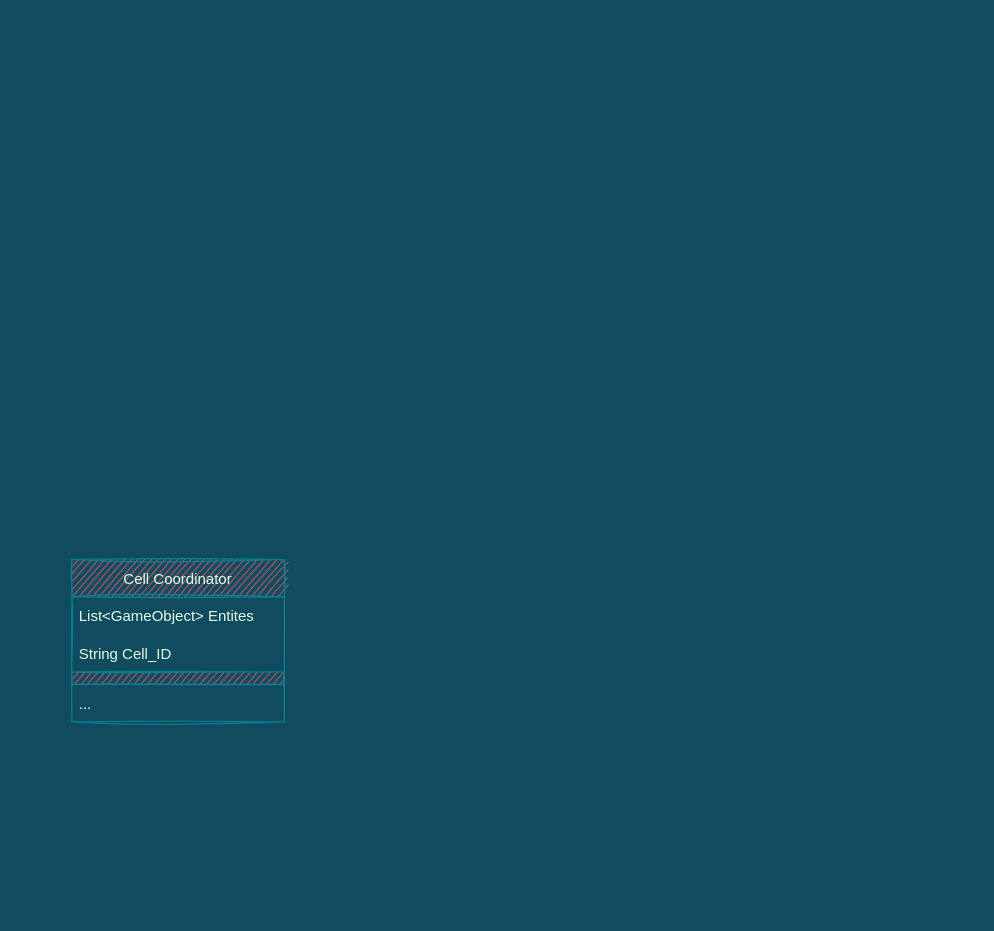
ArcturusForge/Cell-Loader keeps this draw.io diagram as page "Game Data" (1 of 2) of Assets/Plugins/CellLoader/ResourceFiles/CellLoaderDiagram.drawio. Above is the earlier version. Source tidied: cells renumbered, new cells numbered last; positions are measured from the earlier drawing's top-left corner, leaving out a move shared by most shapes. Both pictures are drawn from the tidied source at 125%, with x=0, y=0 at pixel (71, 559).
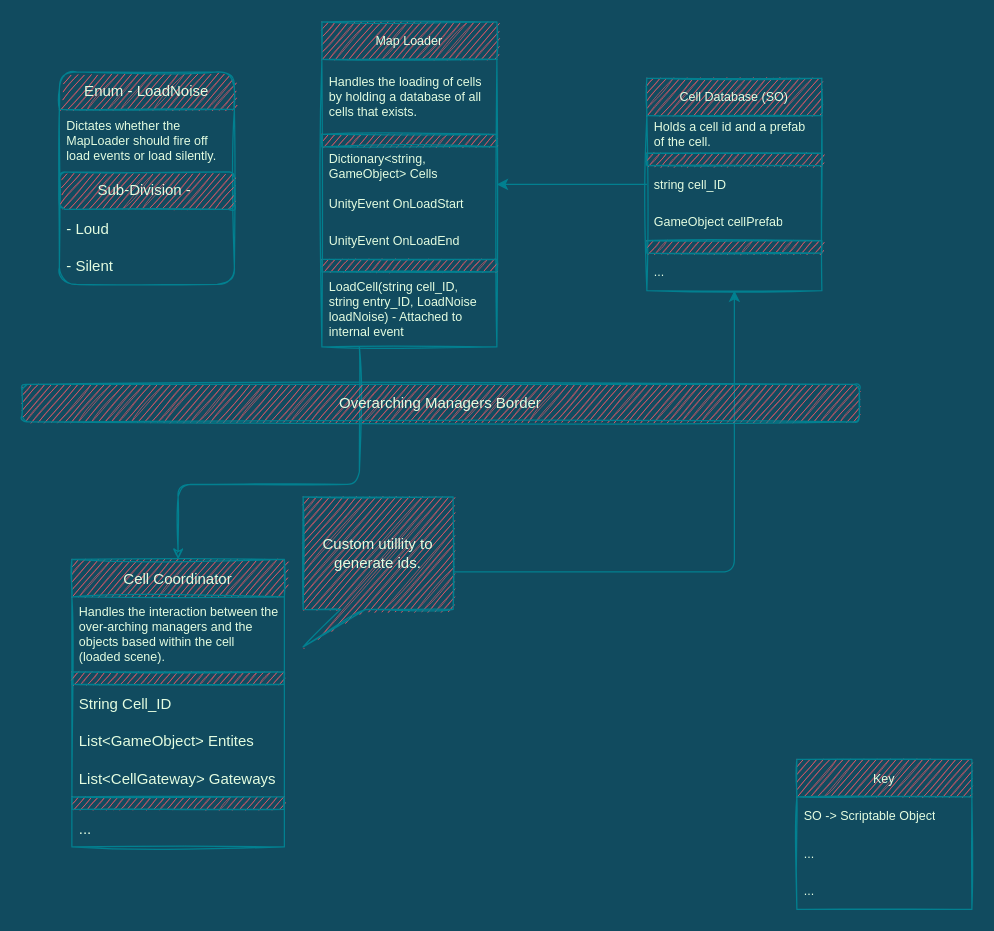
The same diagram, later.

The edit, as a diff of the source:
```diff
@@
     <mxCell id="2" value="Cell Coordinator" style="swimlane;fontStyle=0;horizontal=1;startSize=30;sketch=1;fontColor=#E4FDE1;strokeColor=#028090;fillColor=#F45B69;rounded=0;" parent="1" vertex="1">
-      <mxGeometry width="170" height="130" as="geometry" />
+      <mxGeometry width="170" height="230" as="geometry" />
     </mxCell>
+    <mxCell id="7" value="Handles the interaction between the over-arching managers and the objects based within the cell (loaded scene)." style="text;strokeColor=none;fillColor=none;align=left;verticalAlign=middle;spacingLeft=4;spacingRight=4;overflow=hidden;sketch=1;fontColor=#E4FDE1;rounded=0;fontSize=10;whiteSpace=wrap;" parent="2" vertex="1">
+      <mxGeometry y="30" width="170" height="60" as="geometry" />
+    </mxCell>
+    <mxCell id="8" style="rounded=0;whiteSpace=wrap;html=1;sketch=1;fontColor=#E4FDE1;strokeColor=#028090;fillColor=#F45B69;" parent="2" vertex="1">
+      <mxGeometry y="90" width="170" height="10" as="geometry" />
+    </mxCell>
+    <mxCell id="4" value="String Cell_ID" style="text;strokeColor=none;fillColor=none;align=left;verticalAlign=middle;spacingLeft=4;spacingRight=4;overflow=hidden;sketch=1;fontColor=#E4FDE1;rounded=0;" parent="2" vertex="1">
+      <mxGeometry y="100" width="170" height="30" as="geometry" />
+    </mxCell>
     <mxCell id="3" value="List&lt;GameObject&gt; Entites" style="text;strokeColor=none;fillColor=none;align=left;verticalAlign=middle;spacingLeft=4;spacingRight=4;overflow=hidden;sketch=1;fontColor=#E4FDE1;rounded=0;" parent="2" vertex="1">
-      <mxGeometry y="30" width="170" height="30" as="geometry" />
+      <mxGeometry y="130" width="170" height="30" as="geometry" />
     </mxCell>
-    <mxCell id="4" value="String Cell_ID" style="text;strokeColor=none;fillColor=none;align=left;verticalAlign=middle;spacingLeft=4;spacingRight=4;overflow=hidden;sketch=1;fontColor=#E4FDE1;rounded=0;" parent="2" vertex="1">
-      <mxGeometry y="60" width="170" height="30" as="geometry" />
-    </mxCell>
+    <mxCell id="9" value="List&lt;CellGateway&gt; Gateways" style="text;strokeColor=none;fillColor=none;align=left;verticalAlign=middle;spacingLeft=4;spacingRight=4;overflow=hidden;sketch=1;fontColor=#E4FDE1;rounded=0;" parent="2" vertex="1">
+      <mxGeometry y="160" width="170" height="30" as="geometry" />
+    </mxCell>
     <mxCell id="5" style="rounded=0;whiteSpace=wrap;html=1;sketch=1;fontColor=#E4FDE1;strokeColor=#028090;fillColor=#F45B69;" parent="2" vertex="1">
-      <mxGeometry y="90" width="170" height="10" as="geometry" />
+      <mxGeometry y="190" width="170" height="10" as="geometry" />
     </mxCell>
     <mxCell id="6" value="..." style="text;strokeColor=none;fillColor=none;align=left;verticalAlign=middle;spacingLeft=4;spacingRight=4;overflow=hidden;sketch=1;fontColor=#E4FDE1;rounded=0;" parent="2" vertex="1">
-      <mxGeometry y="100" width="170" height="30" as="geometry" />
+      <mxGeometry y="200" width="170" height="30" as="geometry" />
     </mxCell>
+    <mxCell id="10" style="edgeStyle=orthogonalEdgeStyle;curved=0;rounded=1;sketch=1;jettySize=auto;html=1;fontColor=#E4FDE1;strokeColor=#028090;fillColor=#F45B69;" parent="1" edge="1" source="11" target="2">
+      <mxGeometry relative="1" as="geometry">
+        <Array as="points">
+          <mxPoint x="230" y="-60" />
+          <mxPoint x="85" y="-60" />
+        </Array>
+      </mxGeometry>
+    </mxCell>
+    <mxCell id="11" value="Map Loader" style="swimlane;fontStyle=0;horizontal=1;startSize=30;sketch=1;fontColor=#E4FDE1;strokeColor=#028090;fillColor=#F45B69;rounded=0;fontSize=10;" parent="1" vertex="1">
+      <mxGeometry x="200" y="-430" width="140" height="260" as="geometry" />
+    </mxCell>
+    <mxCell id="12" value="Handles the loading of cells by holding a database of all cells that exists." style="text;strokeColor=none;fillColor=none;align=left;verticalAlign=middle;spacingLeft=4;spacingRight=4;overflow=hidden;sketch=1;fontColor=#E4FDE1;rounded=0;fontSize=10;whiteSpace=wrap;" parent="11" vertex="1">
+      <mxGeometry y="30" width="140" height="60" as="geometry" />
+    </mxCell>
+    <mxCell id="13" style="rounded=0;whiteSpace=wrap;html=1;sketch=1;fontColor=#E4FDE1;strokeColor=#028090;fillColor=#F45B69;fontSize=10;" parent="11" vertex="1">
+      <mxGeometry y="90" width="140" height="10" as="geometry" />
+    </mxCell>
+    <mxCell id="14" value="Dictionary&lt;string, GameObject&gt; Cells" style="text;strokeColor=none;fillColor=none;align=left;verticalAlign=middle;spacingLeft=4;spacingRight=4;overflow=hidden;sketch=1;fontColor=#E4FDE1;rounded=0;fontSize=10;whiteSpace=wrap;" parent="11" vertex="1">
+      <mxGeometry y="100" width="140" height="30" as="geometry" />
+    </mxCell>
+    <mxCell id="15" value="UnityEvent OnLoadStart" style="text;strokeColor=none;fillColor=none;align=left;verticalAlign=middle;spacingLeft=4;spacingRight=4;overflow=hidden;sketch=1;fontColor=#E4FDE1;rounded=0;fontSize=10;whiteSpace=wrap;" parent="11" vertex="1">
+      <mxGeometry y="130" width="140" height="30" as="geometry" />
+    </mxCell>
+    <mxCell id="16" value="UnityEvent OnLoadEnd" style="text;strokeColor=none;fillColor=none;align=left;verticalAlign=middle;spacingLeft=4;spacingRight=4;overflow=hidden;sketch=1;fontColor=#E4FDE1;rounded=0;fontSize=10;whiteSpace=wrap;" parent="11" vertex="1">
+      <mxGeometry y="160" width="140" height="30" as="geometry" />
+    </mxCell>
+    <mxCell id="17" style="rounded=0;whiteSpace=wrap;html=1;sketch=1;fontColor=#E4FDE1;strokeColor=#028090;fillColor=#F45B69;fontSize=10;" parent="11" vertex="1">
+      <mxGeometry y="190" width="140" height="10" as="geometry" />
+    </mxCell>
+    <mxCell id="18" value="LoadCell(string cell_ID, string entry_ID, LoadNoise loadNoise) - Attached to internal event" style="text;strokeColor=none;fillColor=none;align=left;verticalAlign=middle;spacingLeft=4;spacingRight=4;overflow=hidden;sketch=1;fontColor=#E4FDE1;rounded=0;fontSize=10;whiteSpace=wrap;" parent="11" vertex="1">
+      <mxGeometry y="200" width="140" height="60" as="geometry" />
+    </mxCell>
+    <mxCell id="19" value="Enum - LoadNoise" style="swimlane;fontStyle=0;horizontal=1;startSize=30;rounded=1;sketch=1;fontSize=12;fontColor=#E4FDE1;strokeColor=#028090;fillColor=#F45B69;" parent="1" vertex="1">
+      <mxGeometry x="-10" y="-390" width="140" height="170" as="geometry" />
+    </mxCell>
+    <mxCell id="20" value="Dictates whether the MapLoader should fire off load events or load silently." style="text;strokeColor=none;fillColor=none;align=left;verticalAlign=middle;spacingLeft=4;spacingRight=4;overflow=hidden;rounded=1;sketch=1;fontSize=10;fontColor=#E4FDE1;whiteSpace=wrap;" parent="19" vertex="1">
+      <mxGeometry y="30" width="140" height="50" as="geometry" />
+    </mxCell>
+    <mxCell id="21" value="Sub-Division -&amp;nbsp;" style="whiteSpace=wrap;html=1;rounded=1;sketch=1;fontSize=12;fontColor=#E4FDE1;strokeColor=#028090;fillColor=#F45B69;" parent="19" vertex="1">
+      <mxGeometry y="80" width="140" height="30" as="geometry" />
+    </mxCell>
+    <mxCell id="22" value="- Loud" style="text;strokeColor=none;fillColor=none;align=left;verticalAlign=middle;spacingLeft=4;spacingRight=4;overflow=hidden;rounded=1;sketch=1;fontSize=12;fontColor=#E4FDE1;" parent="19" vertex="1">
+      <mxGeometry y="110" width="140" height="30" as="geometry" />
+    </mxCell>
+    <mxCell id="23" value="- Silent" style="text;strokeColor=none;fillColor=none;align=left;verticalAlign=middle;spacingLeft=4;spacingRight=4;overflow=hidden;rounded=1;sketch=1;fontSize=12;fontColor=#E4FDE1;" parent="19" vertex="1">
+      <mxGeometry y="140" width="140" height="30" as="geometry" />
+    </mxCell>
+    <mxCell id="24" style="edgeStyle=orthogonalEdgeStyle;curved=0;rounded=1;sketch=0;jettySize=auto;html=1;fontColor=#E4FDE1;strokeColor=#028090;fillColor=#F45B69;" parent="1" edge="1" source="25" target="11">
+      <mxGeometry relative="1" as="geometry" />
+    </mxCell>
+    <mxCell id="25" value="Cell Database (SO)" style="swimlane;fontStyle=0;horizontal=1;startSize=30;sketch=1;fontColor=#E4FDE1;strokeColor=#028090;fillColor=#F45B69;rounded=0;fontSize=10;" parent="1" vertex="1">
+      <mxGeometry x="460" y="-385" width="140" height="170" as="geometry" />
+    </mxCell>
+    <mxCell id="26" value="Holds a cell id and a prefab of the cell." style="text;strokeColor=none;fillColor=none;align=left;verticalAlign=middle;spacingLeft=4;spacingRight=4;overflow=hidden;sketch=1;fontColor=#E4FDE1;rounded=0;fontSize=10;whiteSpace=wrap;" parent="25" vertex="1">
+      <mxGeometry y="30" width="140" height="30" as="geometry" />
+    </mxCell>
+    <mxCell id="27" style="rounded=0;whiteSpace=wrap;html=1;sketch=1;fontColor=#E4FDE1;strokeColor=#028090;fillColor=#F45B69;fontSize=10;" parent="25" vertex="1">
+      <mxGeometry y="60" width="140" height="10" as="geometry" />
+    </mxCell>
+    <mxCell id="28" value="string cell_ID" style="text;strokeColor=none;fillColor=none;align=left;verticalAlign=middle;spacingLeft=4;spacingRight=4;overflow=hidden;sketch=1;fontColor=#E4FDE1;rounded=0;fontSize=10;whiteSpace=wrap;" parent="25" vertex="1">
+      <mxGeometry y="70" width="140" height="30" as="geometry" />
+    </mxCell>
+    <mxCell id="29" value="GameObject cellPrefab" style="text;strokeColor=none;fillColor=none;align=left;verticalAlign=middle;spacingLeft=4;spacingRight=4;overflow=hidden;sketch=1;fontColor=#E4FDE1;rounded=0;fontSize=10;whiteSpace=wrap;" parent="25" vertex="1">
+      <mxGeometry y="100" width="140" height="30" as="geometry" />
+    </mxCell>
+    <mxCell id="30" style="rounded=0;whiteSpace=wrap;html=1;sketch=1;fontColor=#E4FDE1;strokeColor=#028090;fillColor=#F45B69;fontSize=10;" parent="25" vertex="1">
+      <mxGeometry y="130" width="140" height="10" as="geometry" />
+    </mxCell>
+    <mxCell id="31" value="..." style="text;strokeColor=none;fillColor=none;align=left;verticalAlign=middle;spacingLeft=4;spacingRight=4;overflow=hidden;sketch=1;fontColor=#E4FDE1;rounded=0;fontSize=10;whiteSpace=wrap;" parent="25" vertex="1">
+      <mxGeometry y="140" width="140" height="30" as="geometry" />
+    </mxCell>
+    <mxCell id="32" style="edgeStyle=orthogonalEdgeStyle;curved=0;rounded=1;sketch=0;jettySize=auto;html=1;fontColor=#E4FDE1;strokeColor=#028090;fillColor=#F45B69;" parent="1" edge="1" source="33" target="25">
+      <mxGeometry relative="1" as="geometry" />
+    </mxCell>
+    <mxCell id="33" value="Custom utillity to generate ids." style="shape=callout;whiteSpace=wrap;html=1;perimeter=calloutPerimeter;rounded=0;sketch=1;fontColor=#E4FDE1;strokeColor=#028090;fillColor=#F45B69;position2=0;size=30;position=0.25;" parent="1" vertex="1">
+      <mxGeometry x="185" y="-50" width="120" height="120" as="geometry" />
+    </mxCell>
+    <mxCell id="34" value="Overarching Managers Border" style="rounded=1;whiteSpace=wrap;html=1;sketch=1;fontColor=#E4FDE1;strokeColor=#028090;fillColor=#F45B69;" parent="1" vertex="1">
+      <mxGeometry x="-40" y="-140" width="670" height="30" as="geometry" />
+    </mxCell>
+    <mxCell id="35" value="Key" style="swimlane;fontStyle=0;horizontal=1;startSize=30;sketch=1;fontColor=#E4FDE1;strokeColor=#028090;fillColor=#F45B69;rounded=0;fontSize=10;" parent="1" vertex="1">
+      <mxGeometry x="580" y="160" width="140" height="120" as="geometry" />
+    </mxCell>
+    <mxCell id="36" value="SO -&gt; Scriptable Object" style="text;strokeColor=none;fillColor=none;align=left;verticalAlign=middle;spacingLeft=4;spacingRight=4;overflow=hidden;sketch=1;fontColor=#E4FDE1;rounded=0;fontSize=10;whiteSpace=wrap;" parent="35" vertex="1">
+      <mxGeometry y="30" width="140" height="30" as="geometry" />
+    </mxCell>
+    <mxCell id="37" value="..." style="text;strokeColor=none;fillColor=none;align=left;verticalAlign=middle;spacingLeft=4;spacingRight=4;overflow=hidden;sketch=1;fontColor=#E4FDE1;rounded=0;fontSize=10;whiteSpace=wrap;" parent="35" vertex="1">
+      <mxGeometry y="60" width="140" height="30" as="geometry" />
+    </mxCell>
+    <mxCell id="38" value="..." style="text;strokeColor=none;fillColor=none;align=left;verticalAlign=middle;spacingLeft=4;spacingRight=4;overflow=hidden;sketch=1;fontColor=#E4FDE1;rounded=0;fontSize=10;whiteSpace=wrap;" parent="35" vertex="1">
+      <mxGeometry y="90" width="140" height="30" as="geometry" />
+    </mxCell>
```
